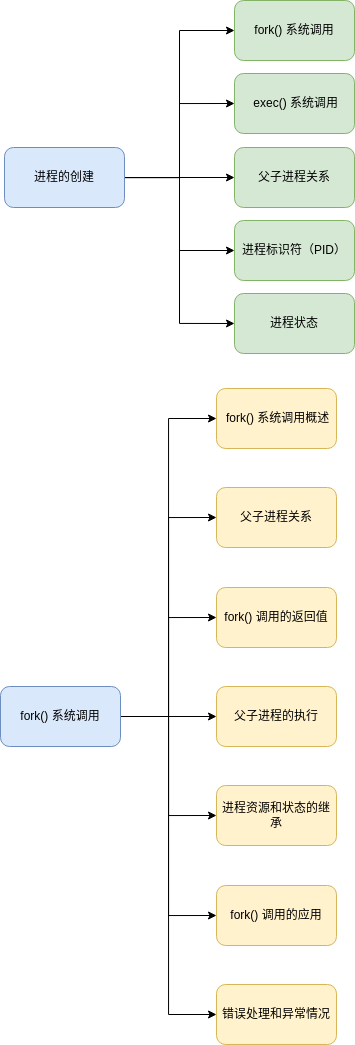
YuMingLiDawn/Linux keeps this draw.io diagram as 进程的创建方式.drawio.png. Above is the earlier version. Source tidied: cells renumbered, new cells last; positions are measured from the earlier drawing's top-left corner, leaving out a move shared by most shapes.
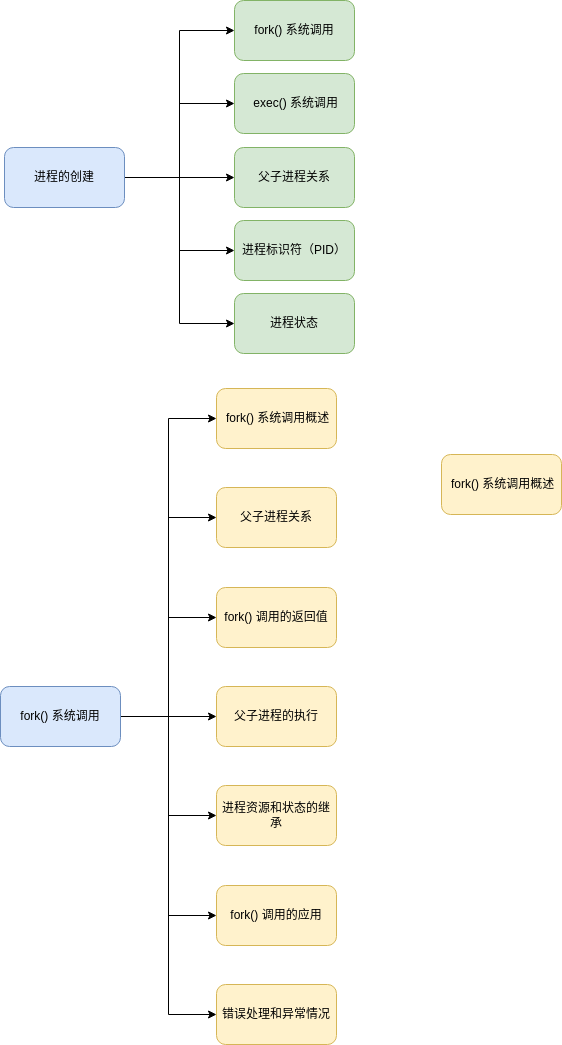
Above is the later version.

Commit message:
更新进程的创建方式.drawio.png

Change to the diagram source:
```diff
@@ -80,5 +80,8 @@
     <mxCell id="27" value="错误处理和异常情况" style="rounded=1;whiteSpace=wrap;html=1;flipV=1;fillColor=#fff2cc;strokeColor=#d6b656;" parent="1" vertex="1">
       <mxGeometry x="216" y="984" width="120" height="60" as="geometry" />
     </mxCell>
+    <mxCell id="28" value="&amp;nbsp;fork() 系统调用概述" style="rounded=1;whiteSpace=wrap;html=1;flipV=1;fillColor=#fff2cc;strokeColor=#d6b656;" parent="1" vertex="1">
+      <mxGeometry x="441" y="454" width="120" height="60" as="geometry" />
+    </mxCell>
   </root>
 </mxGraphModel>
```
